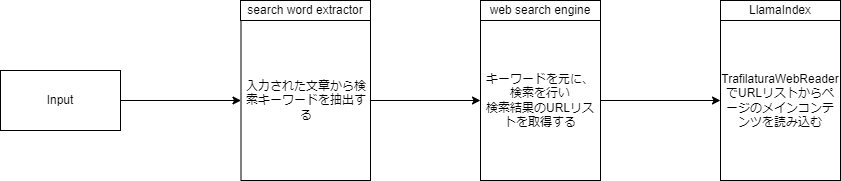
HawkClaws/open_chat_ai keeps this draw.io diagram as arch.drawio.png. Above is the earlier version. Source tidied: cells renumbered, new cells last; positions are measured from the earlier drawing's top-left corner, leaving out a move shared by most shapes.
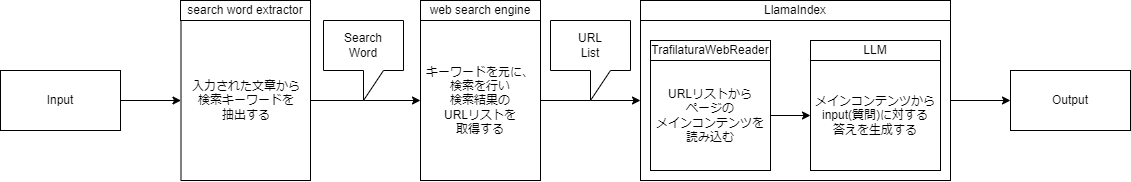
The same diagram one commit later.

What changed in the source:
```diff
@@ -6,7 +6,7 @@
       <mxGeometry relative="1" as="geometry" />
     </mxCell>
     <mxCell id="3" value="Input" style="rounded=0;whiteSpace=wrap;html=1;" parent="1" vertex="1">
-      <mxGeometry y="70" width="120" height="60" as="geometry" />
+      <mxGeometry x="60" y="70" width="120" height="60" as="geometry" />
     </mxCell>
     <mxCell id="4" value="search word extractor" style="rounded=0;whiteSpace=wrap;html=1;" parent="1" vertex="1">
       <mxGeometry x="240" width="130" height="20" as="geometry" />
@@ -15,22 +15,49 @@
       <mxGeometry x="480" width="120" height="20" as="geometry" />
     </mxCell>
     <mxCell id="6" value="LlamaIndex" style="rounded=0;whiteSpace=wrap;html=1;" parent="1" vertex="1">
-      <mxGeometry x="720" width="120" height="20" as="geometry" />
+      <mxGeometry x="700" width="310" height="20" as="geometry" />
     </mxCell>
     <mxCell id="7" style="edgeStyle=none;html=1;" parent="1" edge="1" source="8" target="10">
       <mxGeometry relative="1" as="geometry" />
     </mxCell>
-    <mxCell id="8" value="入力された文章から検索キーワードを抽出する" style="rounded=0;whiteSpace=wrap;html=1;" parent="1" vertex="1">
+    <mxCell id="8" value="入力された文章から&lt;br&gt;検索キーワードを&lt;br&gt;抽出する" style="rounded=0;whiteSpace=wrap;html=1;" parent="1" vertex="1">
       <mxGeometry x="240.5" y="20" width="129.5" height="160" as="geometry" />
     </mxCell>
     <mxCell id="9" style="edgeStyle=none;html=1;" parent="1" edge="1" source="10" target="11">
       <mxGeometry relative="1" as="geometry" />
     </mxCell>
-    <mxCell id="10" value="キーワードを元に、検索を行い&lt;br&gt;検索結果のURLリストを取得する" style="rounded=0;whiteSpace=wrap;html=1;" parent="1" vertex="1">
+    <mxCell id="10" value="キーワードを元に、&lt;br&gt;検索を行い&lt;br&gt;検索結果の&lt;br&gt;URLリストを&lt;br&gt;取得する" style="rounded=0;whiteSpace=wrap;html=1;" parent="1" vertex="1">
       <mxGeometry x="480" y="20" width="120" height="160" as="geometry" />
     </mxCell>
+    <mxCell id="12" style="edgeStyle=none;html=1;entryX=0;entryY=0.5;entryDx=0;entryDy=0;" parent="1" edge="1" source="11" target="18">
+      <mxGeometry relative="1" as="geometry" />
+    </mxCell>
-    <mxCell id="11" value="TrafilaturaWebReaderでURLリストからページのメインコンテンツを読み込む" style="rounded=0;whiteSpace=wrap;html=1;" parent="1" vertex="1">
-      <mxGeometry x="720" y="20" width="120" height="160" as="geometry" />
+    <mxCell id="11" style="rounded=0;whiteSpace=wrap;html=1;" parent="1" vertex="1">
+      <mxGeometry x="700" y="20" width="310" height="160" as="geometry" />
     </mxCell>
+    <mxCell id="13" value="TrafilaturaWebReader" style="rounded=0;whiteSpace=wrap;html=1;" parent="1" vertex="1">
+      <mxGeometry x="710" y="40" width="120" height="20" as="geometry" />
+    </mxCell>
+    <mxCell id="14" style="edgeStyle=none;html=1;exitX=1;exitY=0.5;exitDx=0;exitDy=0;" parent="1" edge="1" source="15" target="17">
+      <mxGeometry relative="1" as="geometry" />
+    </mxCell>
+    <mxCell id="15" value="URLリストから&lt;br&gt;ページの&lt;br&gt;メインコンテンツを&lt;br&gt;読み込む" style="rounded=0;whiteSpace=wrap;html=1;" parent="1" vertex="1">
+      <mxGeometry x="710" y="60" width="120" height="110" as="geometry" />
+    </mxCell>
+    <mxCell id="16" value="LLM" style="rounded=0;whiteSpace=wrap;html=1;" parent="1" vertex="1">
+      <mxGeometry x="870" y="40" width="130" height="20" as="geometry" />
+    </mxCell>
+    <mxCell id="17" value="メインコンテンツから&lt;br&gt;input(質問)に対する&lt;br&gt;答えを生成する" style="rounded=0;whiteSpace=wrap;html=1;" parent="1" vertex="1">
+      <mxGeometry x="870" y="60" width="130" height="110" as="geometry" />
+    </mxCell>
+    <mxCell id="18" value="Output" style="rounded=0;whiteSpace=wrap;html=1;" parent="1" vertex="1">
+      <mxGeometry x="1070" y="70" width="120" height="60" as="geometry" />
+    </mxCell>
+    <mxCell id="19" value="Search&lt;br&gt;Word" style="shape=callout;whiteSpace=wrap;html=1;perimeter=calloutPerimeter;" parent="1" vertex="1">
+      <mxGeometry x="383" y="20" width="80" height="80" as="geometry" />
+    </mxCell>
+    <mxCell id="20" value="URL&lt;br&gt;List" style="shape=callout;whiteSpace=wrap;html=1;perimeter=calloutPerimeter;" parent="1" vertex="1">
+      <mxGeometry x="610" y="20" width="80" height="80" as="geometry" />
+    </mxCell>
   </root>
 </mxGraphModel>
```
